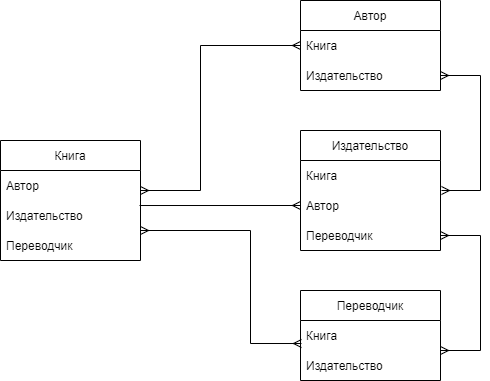
Before: Библиотека 3.0.png, a diagram exported from draw.io (otusteamedu/PHP_BASIC_2021). Source tidied: cells renumbered, new cells last; positions are measured from the earlier drawing's top-left corner, leaving out a move shared by most shapes.
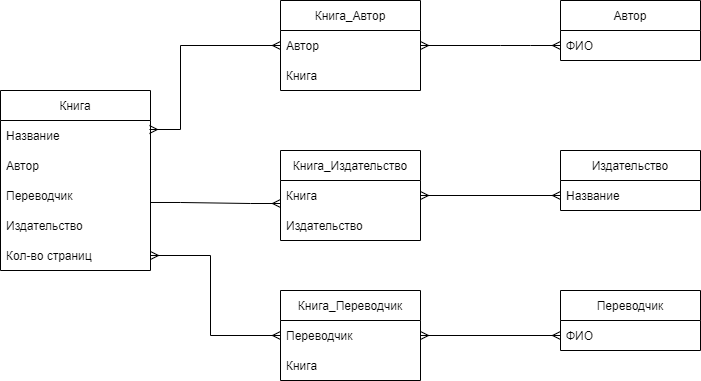
After the commit.

Commit message:
Добавил промежуточную таблицу.

Добавил промежуточную таблицу, Изменил отношения.

Change to the diagram source:
```diff
@@ -2,85 +2,103 @@
   <root>
     <mxCell id="0" />
     <mxCell id="1" parent="0" />
-    <mxCell id="2" value="Книга" style="swimlane;fontStyle=0;horizontal=1;startSize=30;" parent="1" vertex="1">
-      <mxGeometry y="140" width="140" height="120" as="geometry" />
-    </mxCell>
-    <mxCell id="3" value="Автор   " style="text;strokeColor=none;fillColor=none;align=left;verticalAlign=middle;spacingLeft=4;spacingRight=4;overflow=hidden;points=[[0,0.5],[1,0.5]];portConstraint=eastwest;" parent="2" vertex="1">
-      <mxGeometry y="30" width="140" height="30" as="geometry" />
-    </mxCell>
-    <mxCell id="4" value="Издательство" style="text;strokeColor=none;fillColor=none;align=left;verticalAlign=middle;spacingLeft=4;spacingRight=4;overflow=hidden;points=[[0,0.5],[1,0.5]];portConstraint=eastwest;" parent="2" vertex="1">
-      <mxGeometry y="60" width="140" height="30" as="geometry" />
-    </mxCell>
-    <mxCell id="5" value="Переводчик" style="text;strokeColor=none;fillColor=none;align=left;verticalAlign=middle;spacingLeft=4;spacingRight=4;overflow=hidden;" parent="2" vertex="1">
-      <mxGeometry y="90" width="140" height="30" as="geometry" />
-    </mxCell>
     <mxCell id="6" value="Автор" style="swimlane;fontStyle=0;horizontal=1;startSize=30;" parent="1" vertex="1">
-      <mxGeometry x="300" width="140" height="90" as="geometry" />
+      <mxGeometry x="300" width="140" height="60" as="geometry" />
     </mxCell>
-    <mxCell id="7" value="Книга" style="text;strokeColor=none;fillColor=none;align=left;verticalAlign=middle;spacingLeft=4;spacingRight=4;overflow=hidden;points=[[0,0.5],[1,0.5]];portConstraint=eastwest;" parent="6" vertex="1">
+    <mxCell id="7" value="ФИО" style="text;strokeColor=none;fillColor=none;align=left;verticalAlign=middle;spacingLeft=4;spacingRight=4;overflow=hidden;points=[[0,0.5],[1,0.5]];portConstraint=eastwest;" parent="6" vertex="1">
       <mxGeometry y="30" width="140" height="30" as="geometry" />
     </mxCell>
-    <mxCell id="8" value="Издательство" style="text;strokeColor=none;fillColor=none;align=left;verticalAlign=middle;spacingLeft=4;spacingRight=4;overflow=hidden;points=[[0,0.5],[1,0.5]];portConstraint=eastwest;" parent="6" vertex="1">
-      <mxGeometry y="60" width="140" height="30" as="geometry" />
-    </mxCell>
     <mxCell id="9" value="Издательство" style="swimlane;fontStyle=0;horizontal=1;startSize=30;" parent="1" vertex="1">
-      <mxGeometry x="300" y="130" width="140" height="120" as="geometry" />
+      <mxGeometry x="300" y="150" width="140" height="60" as="geometry" />
     </mxCell>
-    <mxCell id="10" value="Книга" style="text;strokeColor=none;fillColor=none;align=left;verticalAlign=middle;spacingLeft=4;spacingRight=4;overflow=hidden;points=[[0,0.5],[1,0.5]];portConstraint=eastwest;" parent="9" vertex="1">
+    <mxCell id="10" value="Название" style="text;strokeColor=none;fillColor=none;align=left;verticalAlign=middle;spacingLeft=4;spacingRight=4;overflow=hidden;points=[[0,0.5],[1,0.5]];portConstraint=eastwest;" parent="9" vertex="1">
       <mxGeometry y="30" width="140" height="30" as="geometry" />
     </mxCell>
+    <mxCell id="13" value="Переводчик" style="swimlane;fontStyle=0;horizontal=1;startSize=30;" parent="1" vertex="1">
+      <mxGeometry x="300" y="290" width="140" height="60" as="geometry" />
+    </mxCell>
+    <mxCell id="15" value="ФИО" style="text;strokeColor=none;fillColor=none;align=left;verticalAlign=middle;spacingLeft=4;spacingRight=4;overflow=hidden;points=[[0,0.5],[1,0.5]];portConstraint=eastwest;" parent="13" vertex="1">
+      <mxGeometry y="30" width="140" height="30" as="geometry" />
+    </mxCell>
+    <mxCell id="21" value="Книга_Автор" style="swimlane;fontStyle=0;horizontal=1;startSize=30;" parent="1" vertex="1">
+      <mxGeometry x="20" width="140" height="90" as="geometry" />
+    </mxCell>
+    <mxCell id="3" value="Автор    " style="text;strokeColor=none;fillColor=none;align=left;verticalAlign=middle;spacingLeft=4;spacingRight=4;overflow=hidden;points=[[0,0.5],[1,0.5]];portConstraint=eastwest;" parent="21" vertex="1">
+      <mxGeometry y="30" width="140" height="30" as="geometry" />
+    </mxCell>
+    <mxCell id="22" value="Книга" style="text;strokeColor=none;fillColor=none;align=left;verticalAlign=middle;spacingLeft=4;spacingRight=4;overflow=hidden;" parent="21" vertex="1">
+      <mxGeometry y="60" width="140" height="30" as="geometry" />
+    </mxCell>
+    <mxCell id="23" value="Книга" style="swimlane;fontStyle=0;horizontal=1;startSize=30;verticalAlign=middle;" parent="1" vertex="1">
+      <mxGeometry x="-260" y="90" width="150" height="180" as="geometry" />
+    </mxCell>
+    <mxCell id="24" value="Название" style="text;strokeColor=none;fillColor=none;align=left;verticalAlign=middle;spacingLeft=4;spacingRight=4;overflow=hidden;points=[[0,0.5],[1,0.5]];portConstraint=eastwest;" parent="23" vertex="1">
+      <mxGeometry y="30" width="150" height="30" as="geometry" />
+    </mxCell>
-    <mxCell id="11" value="Автор" style="text;strokeColor=none;fillColor=none;align=left;verticalAlign=middle;spacingLeft=4;spacingRight=4;overflow=hidden;points=[[0,0.5],[1,0.5]];portConstraint=eastwest;" parent="9" vertex="1">
-      <mxGeometry y="60" width="140" height="30" as="geometry" />
+    <mxCell id="11" value="Автор" style="text;strokeColor=none;fillColor=none;align=left;verticalAlign=middle;spacingLeft=4;spacingRight=4;overflow=hidden;points=[[0,0.5],[1,0.5]];portConstraint=eastwest;" parent="23" vertex="1">
+      <mxGeometry y="60" width="150" height="30" as="geometry" />
     </mxCell>
-    <mxCell id="12" value="Переводчик" style="text;strokeColor=none;fillColor=none;align=left;verticalAlign=middle;spacingLeft=4;spacingRight=4;overflow=hidden;points=[[0,0.5],[1,0.5]];portConstraint=eastwest;" parent="9" vertex="1">
-      <mxGeometry y="90" width="140" height="30" as="geometry" />
-    </mxCell>
-    <mxCell id="13" value="Переводчик" style="swimlane;fontStyle=0;horizontal=1;startSize=30;" parent="1" vertex="1">
-      <mxGeometry x="300" y="290" width="140" height="90" as="geometry" />
-    </mxCell>
+    <mxCell id="25" value="Переводчик" style="text;strokeColor=none;fillColor=none;align=left;verticalAlign=middle;spacingLeft=4;spacingRight=4;overflow=hidden;points=[[0,0.5],[1,0.5]];portConstraint=eastwest;" parent="23" vertex="1">
+      <mxGeometry y="90" width="150" height="30" as="geometry" />
+    </mxCell>
+    <mxCell id="26" value="Издательство" style="text;strokeColor=none;fillColor=none;align=left;verticalAlign=middle;spacingLeft=4;spacingRight=4;overflow=hidden;" parent="23" vertex="1">
+      <mxGeometry y="120" width="150" height="30" as="geometry" />
+    </mxCell>
+    <mxCell id="27" value="Кол-во страниц" style="text;strokeColor=none;fillColor=none;align=left;verticalAlign=middle;spacingLeft=4;spacingRight=4;overflow=hidden;points=[[0,0.5],[1,0.5]];portConstraint=eastwest;" parent="23" vertex="1">
+      <mxGeometry y="150" width="150" height="30" as="geometry" />
+    </mxCell>
+    <mxCell id="28" value="Книга_Переводчик" style="swimlane;fontStyle=0;horizontal=1;startSize=30;" parent="1" vertex="1">
+      <mxGeometry x="20" y="290" width="140" height="90" as="geometry" />
+    </mxCell>
+    <mxCell id="29" value="Переводчик" style="text;strokeColor=none;fillColor=none;align=left;verticalAlign=middle;spacingLeft=4;spacingRight=4;overflow=hidden;points=[[0,0.5],[1,0.5]];portConstraint=eastwest;" parent="28" vertex="1">
+      <mxGeometry y="30" width="140" height="30" as="geometry" />
+    </mxCell>
+    <mxCell id="30" value="Книга" style="text;strokeColor=none;fillColor=none;align=left;verticalAlign=middle;spacingLeft=4;spacingRight=4;overflow=hidden;" parent="28" vertex="1">
+      <mxGeometry y="60" width="140" height="30" as="geometry" />
+    </mxCell>
+    <mxCell id="31" value="Книга_Издательство" style="swimlane;fontStyle=0;horizontal=1;startSize=30;" parent="1" vertex="1">
+      <mxGeometry x="20" y="150" width="140" height="90" as="geometry" />
+    </mxCell>
-    <mxCell id="14" value="Книга" style="text;strokeColor=none;fillColor=none;align=left;verticalAlign=middle;spacingLeft=4;spacingRight=4;overflow=hidden;points=[[0,0.5],[1,0.5]];portConstraint=eastwest;" parent="13" vertex="1">
+    <mxCell id="14" value="Книга" style="text;strokeColor=none;fillColor=none;align=left;verticalAlign=middle;spacingLeft=4;spacingRight=4;overflow=hidden;points=[[0,0.5],[1,0.5]];portConstraint=eastwest;" parent="31" vertex="1">
       <mxGeometry y="30" width="140" height="30" as="geometry" />
     </mxCell>
-    <mxCell id="15" value="Издательство" style="text;strokeColor=none;fillColor=none;align=left;verticalAlign=middle;spacingLeft=4;spacingRight=4;overflow=hidden;points=[[0,0.5],[1,0.5]];portConstraint=eastwest;" parent="13" vertex="1">
-      <mxGeometry y="60" width="140" height="30" as="geometry" />
-    </mxCell>
-    <mxCell id="16" style="fontSize=12;html=1;endArrow=ERmany;rounded=0;exitX=0.993;exitY=0.167;exitDx=0;exitDy=0;exitPerimeter=0;" parent="1" edge="1" source="4" target="11">
-      <mxGeometry relative="1" as="geometry" />
-    </mxCell>
-    <mxCell id="17" style="fontSize=12;html=1;endArrow=ERmany;startArrow=ERmany;rounded=0;entryX=0;entryY=0.5;entryDx=0;entryDy=0;" parent="1" edge="1" target="7">
-      <mxGeometry relative="1" as="geometry">
-        <mxPoint x="140" y="190" as="sourcePoint" />
-        <Array as="points">
-          <mxPoint x="200" y="190" />
-          <mxPoint x="200" y="45" />
-        </Array>
-      </mxGeometry>
-    </mxCell>
-    <mxCell id="18" style="fontSize=12;html=1;endArrow=ERmany;startArrow=ERmany;rounded=0;entryX=0.007;entryY=0.767;entryDx=0;entryDy=0;entryPerimeter=0;" parent="1" edge="1" target="14">
-      <mxGeometry relative="1" as="geometry">
-        <mxPoint x="140" y="230" as="sourcePoint" />
-        <Array as="points">
-          <mxPoint x="250" y="230" />
-          <mxPoint x="250" y="343" />
-        </Array>
-      </mxGeometry>
-    </mxCell>
-    <mxCell id="19" style="fontSize=12;html=1;endArrow=ERmany;startArrow=ERmany;rounded=0;entryX=1;entryY=0.5;entryDx=0;entryDy=0;" parent="1" edge="1" target="12">
-      <mxGeometry relative="1" as="geometry">
-        <mxPoint x="440" y="350" as="sourcePoint" />
-        <Array as="points">
-          <mxPoint x="480" y="350" />
-          <mxPoint x="480" y="235" />
-        </Array>
-      </mxGeometry>
-    </mxCell>
-    <mxCell id="20" style="fontSize=12;html=1;endArrow=ERmany;startArrow=ERmany;rounded=0;exitX=1.007;exitY=0;exitDx=0;exitDy=0;exitPerimeter=0;entryX=1;entryY=0.5;entryDx=0;entryDy=0;" parent="1" edge="1" source="11" target="8">
-      <mxGeometry relative="1" as="geometry">
-        <Array as="points">
-          <mxPoint x="480" y="190" />
-          <mxPoint x="480" y="75" />
-        </Array>
-      </mxGeometry>
-    </mxCell>
+    <mxCell id="32" value="Издательство" style="text;strokeColor=none;fillColor=none;align=left;verticalAlign=middle;spacingLeft=4;spacingRight=4;overflow=hidden;" parent="31" vertex="1">
+      <mxGeometry y="60" width="140" height="30" as="geometry" />
+    </mxCell>
+    <mxCell id="33" style="fontSize=12;html=1;endArrow=ERmany;startArrow=ERmany;rounded=0;exitX=0.993;exitY=0.3;exitDx=0;exitDy=0;exitPerimeter=0;entryX=0;entryY=0.5;entryDx=0;entryDy=0;" parent="1" edge="1" source="24" target="3">
+      <mxGeometry relative="1" as="geometry">
+        <Array as="points">
+          <mxPoint x="-80" y="129" />
+          <mxPoint x="-80" y="45" />
+        </Array>
+      </mxGeometry>
+    </mxCell>
+    <mxCell id="34" style="fontSize=12;html=1;endArrow=ERmany;startArrow=ERmany;rounded=0;exitX=1;exitY=0.5;exitDx=0;exitDy=0;entryX=0;entryY=0.5;entryDx=0;entryDy=0;" parent="1" edge="1" source="3" target="7">
+      <mxGeometry relative="1" as="geometry">
+        <Array as="points">
+          <mxPoint x="240" y="45" />
+          <mxPoint x="270" y="45" />
+        </Array>
+      </mxGeometry>
+    </mxCell>
+    <mxCell id="35" style="fontSize=12;html=1;endArrow=ERmany;startArrow=ERmany;rounded=0;exitX=1;exitY=0.5;exitDx=0;exitDy=0;entryX=0;entryY=0.5;entryDx=0;entryDy=0;" parent="1" edge="1" source="14" target="10">
+      <mxGeometry relative="1" as="geometry" />
+    </mxCell>
+    <mxCell id="36" style="edgeStyle=entityRelationEdgeStyle;fontSize=12;html=1;endArrow=ERmany;rounded=0;exitX=1;exitY=0.733;exitDx=0;exitDy=0;exitPerimeter=0;" parent="1" edge="1" source="25">
+      <mxGeometry relative="1" as="geometry">
+        <mxPoint x="20" y="203" as="targetPoint" />
+      </mxGeometry>
+    </mxCell>
+    <mxCell id="37" style="fontSize=12;html=1;endArrow=ERmany;startArrow=ERmany;rounded=0;entryX=0;entryY=0.5;entryDx=0;entryDy=0;exitX=1;exitY=0.5;exitDx=0;exitDy=0;" parent="1" edge="1" source="29" target="15">
+      <mxGeometry relative="1" as="geometry" />
+    </mxCell>
+    <mxCell id="38" style="fontSize=12;html=1;endArrow=ERmany;startArrow=ERmany;rounded=0;entryX=0;entryY=0.5;entryDx=0;entryDy=0;exitX=1;exitY=0.5;exitDx=0;exitDy=0;" parent="1" edge="1" source="27" target="29">
+      <mxGeometry relative="1" as="geometry">
+        <Array as="points">
+          <mxPoint x="-50" y="255" />
+          <mxPoint x="-50" y="335" />
+        </Array>
+      </mxGeometry>
+    </mxCell>
   </root>
 </mxGraphModel>
```
